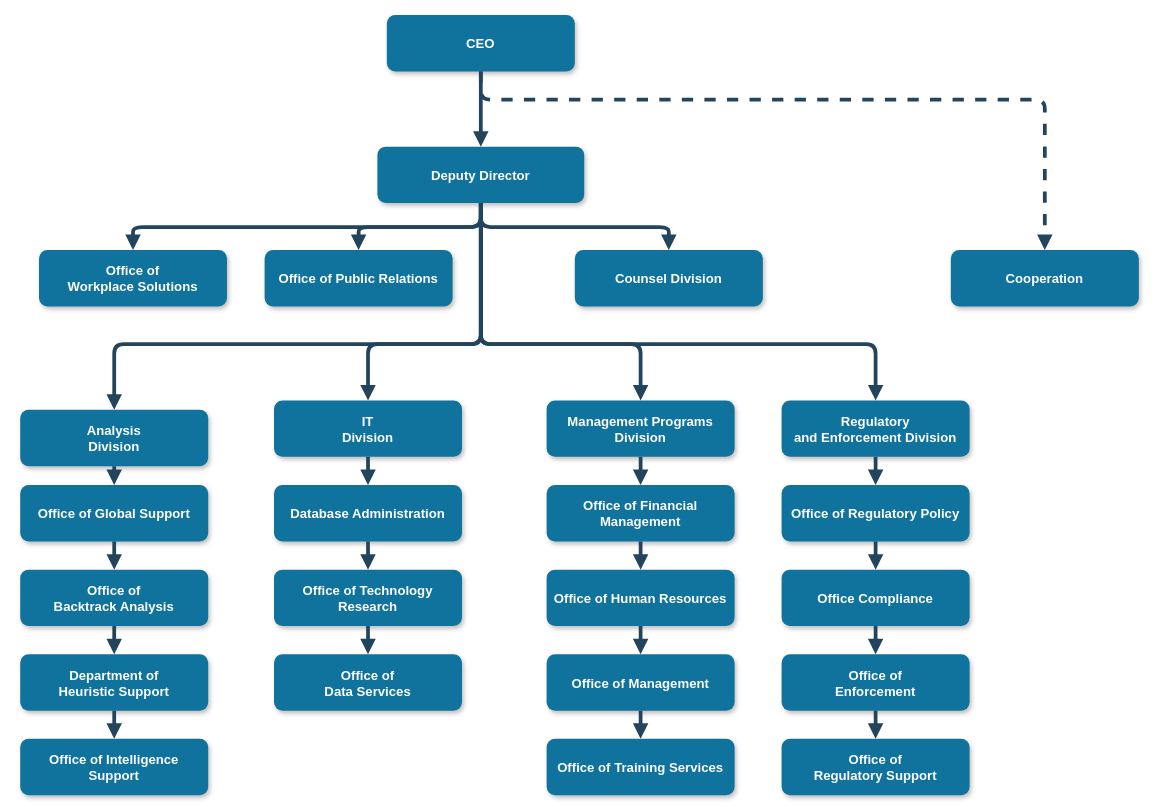
Earlier version of the draw.io diagram Untitled Diagram.drawio (Kutoux/SoAPs). Source tidied: cells renumbered, new cells numbered last; positions are measured from the earlier drawing's top-left corner, leaving out a move shared by most shapes. Both pictures are drawn from the tidied source at 94%, with x=0, y=0 at pixel (20, 15).
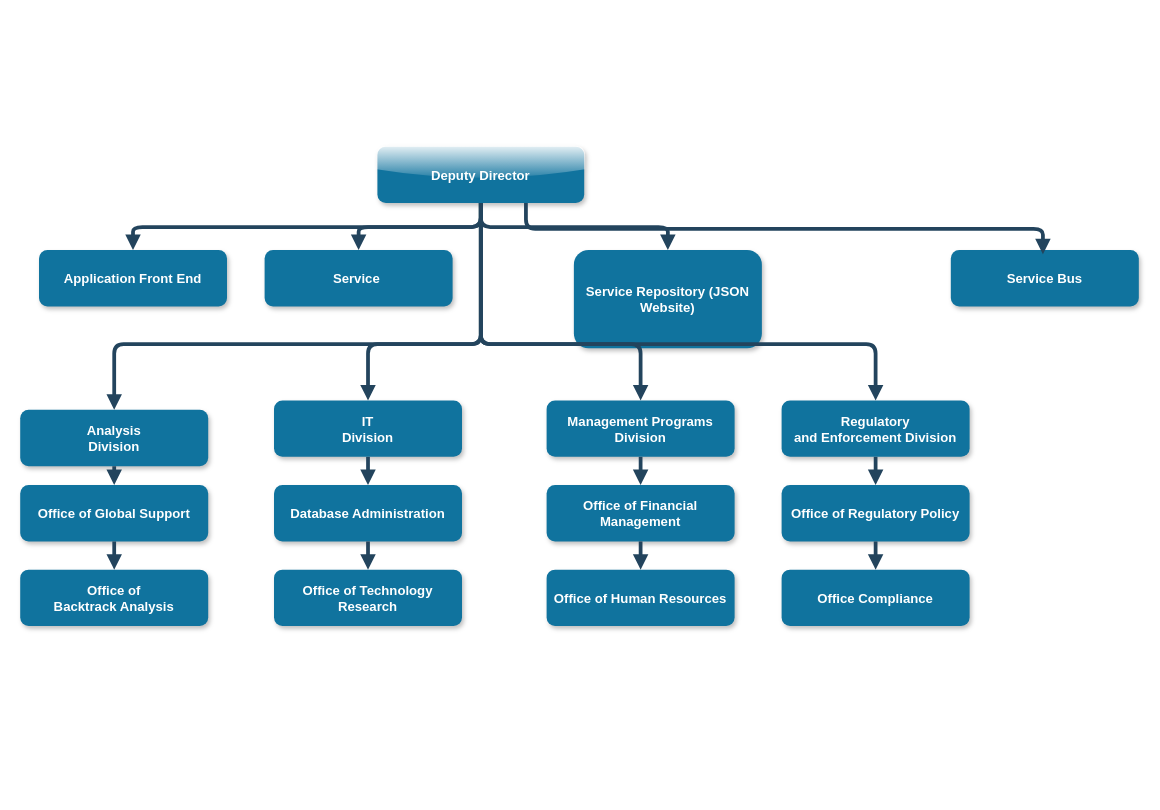
The same page after the edit.

Unchanged cells that the change refers to:
```xml
<mxCell id="10" value="Office of &#10;Backtrack Analysis" style="rounded=1;fillColor=#10739E;strokeColor=none;shadow=1;gradientColor=none;fontStyle=1;fontColor=#FFFFFF;fontSize=14;" parent="1" vertex="1">
  <mxGeometry y="589.5" width="200" height="60" as="geometry" />
</mxCell>
<mxCell id="15" value="Office of Technology &#10;Research" style="rounded=1;fillColor=#10739E;strokeColor=none;shadow=1;gradientColor=none;fontStyle=1;fontColor=#FFFFFF;fontSize=14;" parent="1" vertex="1">
  <mxGeometry x="270" y="589.5" width="200" height="60" as="geometry" />
</mxCell>
<mxCell id="19" value="Office of Human Resources" style="rounded=1;fillColor=#10739E;strokeColor=none;shadow=1;gradientColor=none;fontStyle=1;fontColor=#FFFFFF;fontSize=14;" parent="1" vertex="1">
  <mxGeometry x="560" y="589.5" width="200" height="60" as="geometry" />
</mxCell>
<mxCell id="24" value="Office Compliance" style="rounded=1;fillColor=#10739E;strokeColor=none;shadow=1;gradientColor=none;fontStyle=1;fontColor=#FFFFFF;fontSize=14;" parent="1" vertex="1">
  <mxGeometry x="810" y="589.5" width="200" height="60" as="geometry" />
</mxCell>
```

Change to the diagram source:
```diff
@@
-    <mxCell id="2" value="CEO" style="rounded=1;fillColor=#10739E;strokeColor=none;shadow=1;gradientColor=none;fontStyle=1;fontColor=#FFFFFF;fontSize=14;" parent="1" vertex="1">
-      <mxGeometry x="390" y="-0.5" width="200" height="60" as="geometry" />
-    </mxCell>
-    <mxCell id="3" value="Deputy Director" style="rounded=1;fillColor=#10739E;strokeColor=none;shadow=1;gradientColor=none;fontStyle=1;fontColor=#FFFFFF;fontSize=14;" parent="1" vertex="1">
+    <mxCell id="3" value="Deputy Director" style="rounded=1;strokeColor=none;shadow=1;gradientColor=none;fontStyle=1;fontColor=#FFFFFF;fontSize=14;fillColor=#10739E;glass=1;sketch=0;" parent="1" vertex="1">
       <mxGeometry x="380" y="139.5" width="220" height="60" as="geometry" />
     </mxCell>
-    <mxCell id="4" value="Office of &#10;Workplace Solutions" style="rounded=1;fillColor=#10739E;strokeColor=none;shadow=1;gradientColor=none;fontStyle=1;fontColor=#FFFFFF;fontSize=14;" parent="1" vertex="1">
+    <mxCell id="4" value="Application Front End" style="rounded=1;fillColor=#10739E;strokeColor=none;shadow=1;gradientColor=none;fontStyle=1;fontColor=#FFFFFF;fontSize=14;" parent="1" vertex="1">
       <mxGeometry x="20" y="249.5" width="200" height="60" as="geometry" />
     </mxCell>
-    <mxCell id="5" value="Office of Public Relations" style="rounded=1;fillColor=#10739E;strokeColor=none;shadow=1;gradientColor=none;fontStyle=1;fontColor=#FFFFFF;fontSize=14;" parent="1" vertex="1">
+    <mxCell id="5" value="Service " style="rounded=1;fillColor=#10739E;strokeColor=none;shadow=1;gradientColor=none;fontStyle=1;fontColor=#FFFFFF;fontSize=14;" parent="1" vertex="1">
       <mxGeometry x="260" y="249.5" width="200" height="60" as="geometry" />
     </mxCell>
-    <mxCell id="6" value="Counsel Division" style="rounded=1;fillColor=#10739E;strokeColor=none;shadow=1;gradientColor=none;fontStyle=1;fontColor=#FFFFFF;fontSize=14;" parent="1" vertex="1">
-      <mxGeometry x="590" y="249.5" width="200" height="60" as="geometry" />
+    <mxCell id="6" value="Service Repository (JSON Website)" style="rounded=1;fillColor=#10739E;strokeColor=none;shadow=1;gradientColor=none;fontStyle=1;fontColor=#FFFFFF;fontSize=14;whiteSpace=wrap;" parent="1" vertex="1">
+      <mxGeometry x="589" y="249.5" width="200" height="104.5" as="geometry" />
     </mxCell>
-    <mxCell id="7" value="Cooperation" style="rounded=1;fillColor=#10739E;strokeColor=none;shadow=1;gradientColor=none;fontStyle=1;fontColor=#FFFFFF;fontSize=14;" parent="1" vertex="1">
+    <mxCell id="7" value="Service Bus" style="rounded=1;fillColor=#10739E;strokeColor=none;shadow=1;gradientColor=none;fontStyle=1;fontColor=#FFFFFF;fontSize=14;" parent="1" vertex="1">
       <mxGeometry x="990" y="249.5" width="200" height="60" as="geometry" />
     </mxCell>
@@
-    <mxCell id="11" value="Department of &#10;Heuristic Support" style="rounded=1;fillColor=#10739E;strokeColor=none;shadow=1;gradientColor=none;fontStyle=1;fontColor=#FFFFFF;fontSize=14;" parent="1" vertex="1">
-      <mxGeometry y="679.5" width="200" height="60" as="geometry" />
-    </mxCell>
-    <mxCell id="12" value="Office of Intelligence &#10;Support" style="rounded=1;fillColor=#10739E;strokeColor=none;shadow=1;gradientColor=none;fontStyle=1;fontColor=#FFFFFF;fontSize=14;" parent="1" vertex="1">
-      <mxGeometry y="769.5" width="200" height="60" as="geometry" />
-    </mxCell>
@@
-    <mxCell id="16" value="Office of&#10;Data Services" style="rounded=1;fillColor=#10739E;strokeColor=none;shadow=1;gradientColor=none;fontStyle=1;fontColor=#FFFFFF;fontSize=14;" parent="1" vertex="1">
-      <mxGeometry x="270" y="679.5" width="200" height="60" as="geometry" />
-    </mxCell>
@@
-    <mxCell id="20" value="Office of Management " style="rounded=1;fillColor=#10739E;strokeColor=none;shadow=1;gradientColor=none;fontStyle=1;fontColor=#FFFFFF;fontSize=14;" parent="1" vertex="1">
-      <mxGeometry x="560" y="679.5" width="200" height="60" as="geometry" />
-    </mxCell>
-    <mxCell id="21" value="Office of Training Services" style="rounded=1;fillColor=#10739E;strokeColor=none;shadow=1;gradientColor=none;fontStyle=1;fontColor=#FFFFFF;fontSize=14;" parent="1" vertex="1">
-      <mxGeometry x="560" y="769.5" width="200" height="60" as="geometry" />
-    </mxCell>
@@
-    <mxCell id="25" value="Office of &#10;Enforcement" style="rounded=1;fillColor=#10739E;strokeColor=none;shadow=1;gradientColor=none;fontStyle=1;fontColor=#FFFFFF;fontSize=14;" parent="1" vertex="1">
-      <mxGeometry x="810" y="679.5" width="200" height="60" as="geometry" />
-    </mxCell>
-    <mxCell id="26" value="Office of&#10; Regulatory Support" style="rounded=1;fillColor=#10739E;strokeColor=none;shadow=1;gradientColor=none;fontStyle=1;fontColor=#FFFFFF;fontSize=14;" parent="1" vertex="1">
-      <mxGeometry x="810" y="769.5" width="200" height="60" as="geometry" />
-    </mxCell>
-    <mxCell id="27" style="edgeStyle=elbowEdgeStyle;elbow=vertical;strokeWidth=4;endArrow=block;endFill=1;fontStyle=1;strokeColor=#23445D;" parent="1" edge="1" source="2" target="3">
-      <mxGeometry x="22" y="165.5" as="geometry" />
-    </mxCell>
@@
-    <mxCell id="31" style="edgeStyle=elbowEdgeStyle;elbow=vertical;strokeWidth=4;endArrow=block;endFill=1;fontStyle=1;dashed=1;strokeColor=#23445D;" parent="1" edge="1" source="2" target="7">
-      <mxGeometry x="22" y="165.5" as="geometry">
-        <Array as="points">
-          <mxPoint x="780" y="89.5" />
-        </Array>
-      </mxGeometry>
-    </mxCell>
@@
-    <mxCell id="36" style="edgeStyle=elbowEdgeStyle;elbow=vertical;strokeWidth=4;endArrow=block;endFill=1;fontStyle=1;strokeColor=#23445D;" parent="1" edge="1" source="10" target="11">
-      <mxGeometry x="62" y="185.5" as="geometry" />
-    </mxCell>
-    <mxCell id="37" style="edgeStyle=elbowEdgeStyle;elbow=vertical;strokeWidth=4;endArrow=block;endFill=1;fontStyle=1;strokeColor=#23445D;" parent="1" edge="1" source="11" target="12">
-      <mxGeometry x="62" y="195.5" as="geometry" />
-    </mxCell>
@@
-    <mxCell id="40" style="edgeStyle=elbowEdgeStyle;elbow=vertical;strokeWidth=4;endArrow=block;endFill=1;fontStyle=1;strokeColor=#23445D;" parent="1" edge="1" source="15" target="16">
-      <mxGeometry x="62" y="185.5" as="geometry" />
-    </mxCell>
@@
-    <mxCell id="43" style="edgeStyle=elbowEdgeStyle;elbow=vertical;strokeWidth=4;endArrow=block;endFill=1;fontStyle=1;strokeColor=#23445D;" parent="1" edge="1" source="19" target="20">
-      <mxGeometry x="72" y="185.5" as="geometry" />
-    </mxCell>
-    <mxCell id="44" style="edgeStyle=elbowEdgeStyle;elbow=vertical;strokeWidth=4;endArrow=block;endFill=1;fontStyle=1;strokeColor=#23445D;" parent="1" edge="1" source="20" target="21">
-      <mxGeometry x="72" y="195.5" as="geometry" />
-    </mxCell>
@@
-    <mxCell id="47" style="edgeStyle=elbowEdgeStyle;elbow=vertical;strokeWidth=4;endArrow=block;endFill=1;fontStyle=1;strokeColor=#23445D;" parent="1" edge="1" source="24" target="25">
-      <mxGeometry x="72" y="185.5" as="geometry" />
-    </mxCell>
-    <mxCell id="48" style="edgeStyle=elbowEdgeStyle;elbow=vertical;strokeWidth=4;endArrow=block;endFill=1;fontStyle=1;strokeColor=#23445D;" parent="1" edge="1" source="25" target="26">
-      <mxGeometry x="72" y="195.5" as="geometry" />
-    </mxCell>
@@
+    <mxCell id="51" style="edgeStyle=elbowEdgeStyle;elbow=vertical;strokeWidth=4;endArrow=block;endFill=1;fontStyle=1;strokeColor=#23445D;entryX=0.49;entryY=0.075;entryDx=0;entryDy=0;entryPerimeter=0;" parent="1" edge="1" target="7">
+      <mxGeometry x="70" y="165.5" as="geometry">
+        <mxPoint x="538" y="199.5" as="sourcePoint" />
+      </mxGeometry>
+    </mxCell>
```
